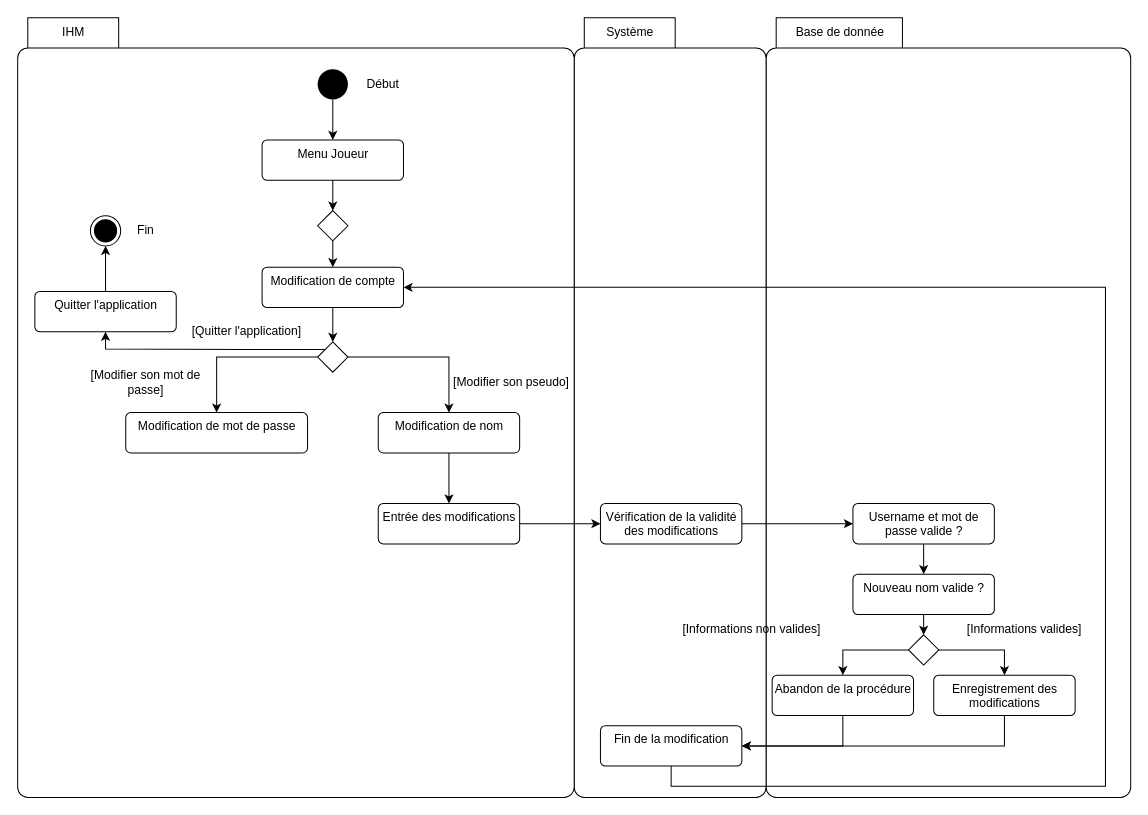
Earlier version of the draw.io diagram Diagrams/ActivitéModificationCompte.drawio (MailineN/ProjetInfo2A). Source tidied: cells renumbered, new cells numbered last; positions are measured from the earlier drawing's top-left corner, leaving out a move shared by most shapes. Both pictures are drawn from the tidied source at 101%, with x=0, y=0 at pixel (17, 17).
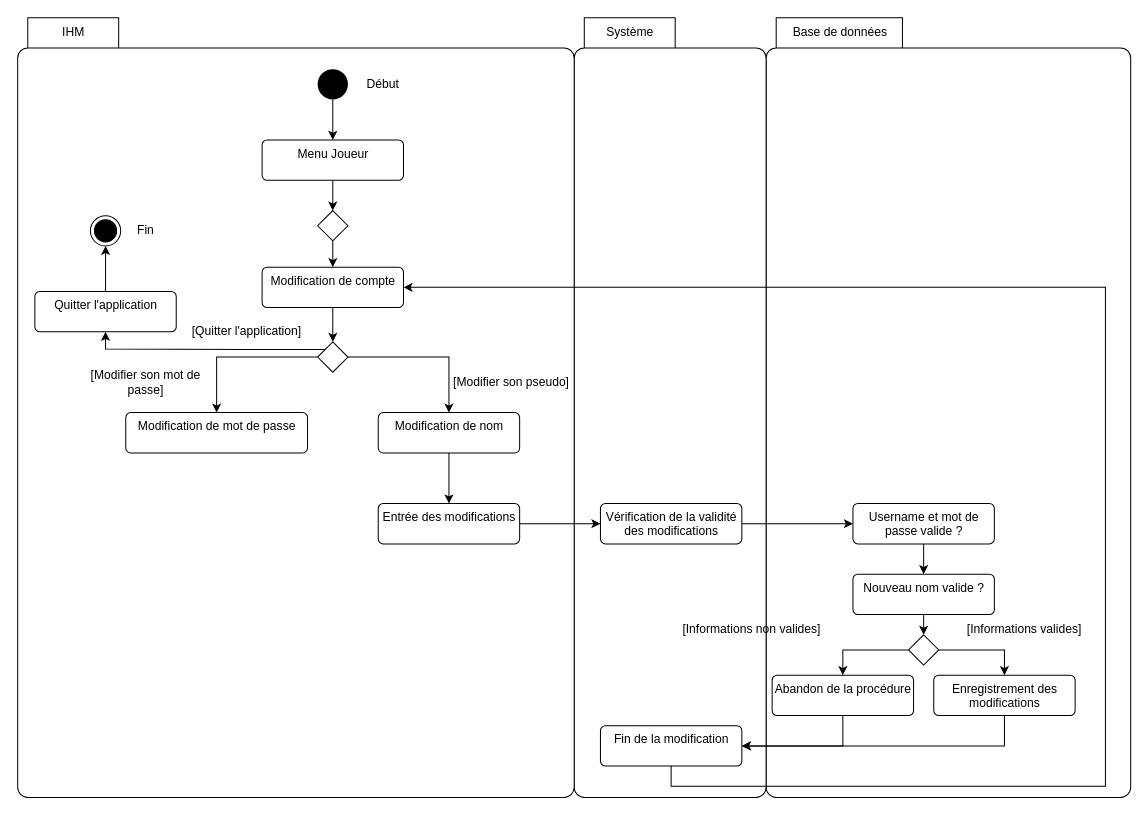
The same page after the edit.

Diff of the diagram source:
```diff
@@
-    <mxCell id="2" value="Base de donnée" style="shape=folder;align=center;verticalAlign=middle;fontStyle=0;tabWidth=135;tabHeight=30;tabPosition=left;html=1;boundedLbl=1;labelInHeader=1;rounded=1;absoluteArcSize=1;arcSize=10;" parent="1" vertex="1">
+    <mxCell id="2" value="Base de données" style="shape=folder;align=center;verticalAlign=middle;fontStyle=0;tabWidth=135;tabHeight=30;tabPosition=left;html=1;boundedLbl=1;labelInHeader=1;rounded=1;absoluteArcSize=1;arcSize=10;" parent="1" vertex="1">
       <mxGeometry x="741" width="361" height="772" as="geometry" />
     </mxCell>
```
